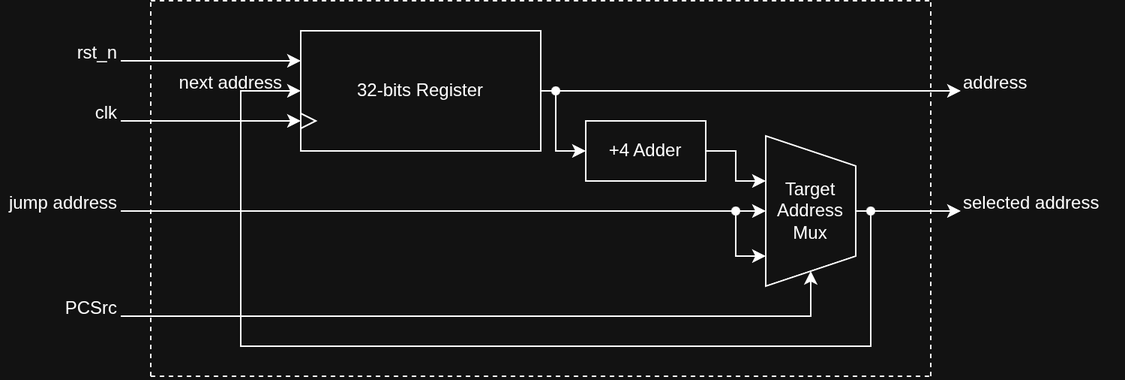
This is docs/imgs/microarchitecture/components/microarchitecture-PC.drawio.png from WachirawichN/C0-CPU, a draw.io export, as it was before one commit. Source tidied: cells renumbered, new cells last; positions are measured from the earlier drawing's top-left corner, leaving out a move shared by most shapes.
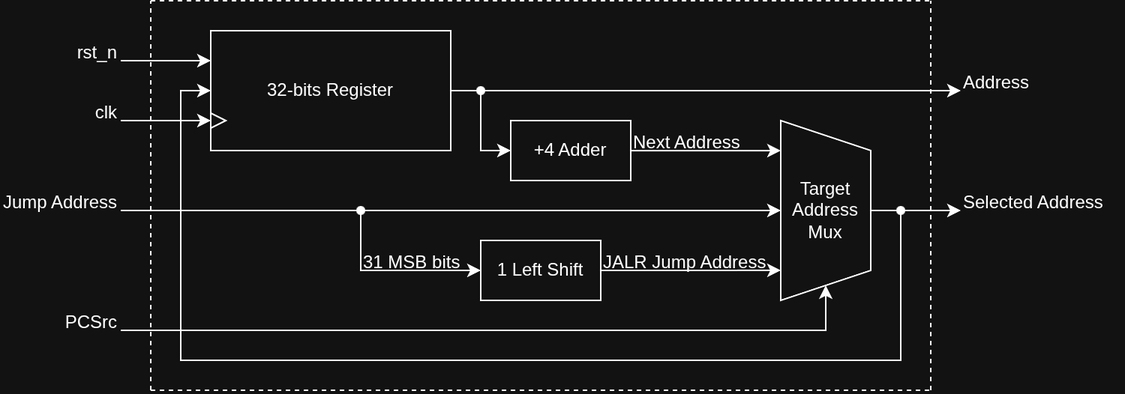
After the commit.

Change to the diagram source:
```diff
@@ -3,36 +3,33 @@
     <mxCell id="0" />
     <mxCell id="1" parent="0" />
     <mxCell id="2" value="&lt;span style=&quot;text-align: left;&quot;&gt;32-bits Register&lt;/span&gt;" style="rounded=0;whiteSpace=wrap;html=1;" parent="1" vertex="1">
-      <mxGeometry x="200" y="20" width="160" height="80" as="geometry" />
+      <mxGeometry x="140" y="20" width="160" height="80" as="geometry" />
     </mxCell>
     <mxCell id="3" value="+4 Adder" style="rounded=0;whiteSpace=wrap;html=1;" parent="1" vertex="1">
-      <mxGeometry x="390" y="80" width="80" height="40" as="geometry" />
+      <mxGeometry x="340" y="80" width="80" height="40" as="geometry" />
     </mxCell>
     <mxCell id="4" value="&lt;span style=&quot;text-align: left;&quot;&gt;Target Address Mux&lt;/span&gt;" style="shape=trapezoid;perimeter=trapezoidPerimeter;whiteSpace=wrap;html=1;shapeInside=1;fixedSize=1;direction=south;" parent="1" vertex="1">
-      <mxGeometry x="510" y="90" width="60" height="100" as="geometry" />
+      <mxGeometry x="520" y="80" width="60" height="120" as="geometry" />
     </mxCell>
-    <mxCell id="5" style="edgeStyle=orthogonalEdgeStyle;rounded=0;jettySize=auto;html=1;entryX=0.3;entryY=1;entryDx=0;entryDy=0;entryPerimeter=0;defaultLabelBackgroundColor=page;" parent="1" edge="1" source="3" target="4">
-      <mxGeometry x="-0.23" relative="1" as="geometry" />
+    <mxCell id="5" style="edgeStyle=orthogonalEdgeStyle;rounded=0;jettySize=auto;html=1;entryX=0.167;entryY=1;entryDx=0;entryDy=0;defaultLabelBackgroundColor=page;entryPerimeter=0;" parent="1" edge="1" source="3" target="4">
+      <mxGeometry relative="1" as="geometry" />
     </mxCell>
     <mxCell id="6" style="endArrow=classic;html=1;rounded=0;defaultLabelBackgroundColor=page;entryX=0;entryY=0.5;entryDx=0;entryDy=0;exitX=0.5;exitY=0;exitDx=0;exitDy=0;" parent="1" edge="1" source="4" target="2">
-      <mxGeometry x="-0.13" relative="1" as="geometry">
+      <mxGeometry x="-0.17" relative="1" as="geometry">
         <Array as="points">
-          <mxPoint x="580" y="140" />
-          <mxPoint x="580" y="230" />
-          <mxPoint x="160" y="230" />
-          <mxPoint x="160" y="60" />
+          <mxPoint x="600" y="140" />
+          <mxPoint x="600" y="240" />
+          <mxPoint x="120" y="240" />
+          <mxPoint x="120" y="60" />
         </Array>
       </mxGeometry>
     </mxCell>
     <mxCell id="7" style="triangle;whiteSpace=wrap;html=1;shapeInside=1;" parent="1" vertex="1">
-      <mxGeometry x="200" y="75" width="10" height="10" as="geometry" />
+      <mxGeometry x="140" y="75" width="10" height="10" as="geometry" />
     </mxCell>
     <mxCell id="8" value="rst_n" style="text;html=1;whiteSpace=wrap;strokeColor=none;fillColor=none;align=right;verticalAlign=middle;rounded=0;" parent="1" vertex="1">
       <mxGeometry x="40" y="30" width="40" height="10" as="geometry" />
     </mxCell>
-    <mxCell id="9" value="next address" style="text;html=1;whiteSpace=wrap;strokeColor=none;fillColor=none;align=right;verticalAlign=middle;rounded=0;" parent="1" vertex="1">
-      <mxGeometry x="110" y="50" width="80" height="10" as="geometry" />
-    </mxCell>
     <mxCell id="10" value="clk" style="text;html=1;whiteSpace=wrap;strokeColor=none;fillColor=none;align=right;verticalAlign=middle;rounded=0;" parent="1" vertex="1">
       <mxGeometry x="60" y="70" width="20" height="10" as="geometry" />
     </mxCell>
@@ -46,62 +43,52 @@
       <mxGeometry relative="1" as="geometry" />
     </mxCell>
     <mxCell id="14" style="shape=waypoint;sketch=0;fillStyle=solid;size=6;points=[];fillColor=none;perimeter=centerPerimeter;snapToPoint=1;" parent="1" vertex="1">
-      <mxGeometry x="360" y="50" width="20" height="20" as="geometry" />
+      <mxGeometry x="310" y="50" width="20" height="20" as="geometry" />
     </mxCell>
     <mxCell id="15" style="endArrow=classic;html=1;rounded=0;defaultLabelBackgroundColor=page;entryX=0;entryY=0.5;entryDx=0;entryDy=0;" parent="1" edge="1" source="14" target="3">
       <mxGeometry relative="1" as="geometry">
         <Array as="points">
-          <mxPoint x="370" y="100" />
+          <mxPoint x="320" y="100" />
         </Array>
       </mxGeometry>
     </mxCell>
     <mxCell id="16" style="endArrow=classic;html=1;rounded=0;defaultLabelBackgroundColor=page;entryX=0.5;entryY=1;entryDx=0;entryDy=0;exitX=1;exitY=1;exitDx=0;exitDy=0;" parent="1" edge="1" source="21" target="4">
       <mxGeometry relative="1" as="geometry" />
     </mxCell>
-    <mxCell id="17" style="endArrow=classic;html=1;rounded=0;defaultLabelBackgroundColor=page;exitX=0.357;exitY=0.594;exitDx=0;exitDy=0;exitPerimeter=0;entryX=0.8;entryY=1;entryDx=0;entryDy=0;entryPerimeter=0;" parent="1" edge="1" source="18" target="4">
-      <mxGeometry relative="1" as="geometry">
-        <Array as="points">
-          <mxPoint x="490" y="170" />
-        </Array>
-      </mxGeometry>
-    </mxCell>
-    <mxCell id="18" style="shape=waypoint;sketch=0;fillStyle=solid;size=6;points=[];fillColor=none;perimeter=centerPerimeter;snapToPoint=1;" parent="1" vertex="1">
-      <mxGeometry x="480" y="130" width="20" height="20" as="geometry" />
-    </mxCell>
     <mxCell id="19" style="shape=waypoint;sketch=0;fillStyle=solid;size=6;points=[];fillColor=none;perimeter=centerPerimeter;snapToPoint=1;" parent="1" vertex="1">
-      <mxGeometry x="570" y="130" width="20" height="20" as="geometry" />
+      <mxGeometry x="590" y="130" width="20" height="20" as="geometry" />
     </mxCell>
     <mxCell id="20" style="endArrow=classic;html=1;rounded=0;defaultLabelBackgroundColor=page;exitX=0.517;exitY=0.688;exitDx=0;exitDy=0;exitPerimeter=0;entryX=0;entryY=1;entryDx=0;entryDy=0;" parent="1" edge="1" source="19" target="23">
       <mxGeometry relative="1" as="geometry" />
     </mxCell>
-    <mxCell id="21" value="jump address" style="text;html=1;whiteSpace=wrap;strokeColor=none;fillColor=none;align=right;verticalAlign=middle;rounded=0;" parent="1" vertex="1">
+    <mxCell id="21" value="Jump Address" style="text;html=1;whiteSpace=wrap;strokeColor=none;fillColor=none;align=right;verticalAlign=middle;rounded=0;" parent="1" vertex="1">
       <mxGeometry y="130" width="80" height="10" as="geometry" />
     </mxCell>
-    <mxCell id="22" value="address" style="text;html=1;whiteSpace=wrap;strokeColor=none;fillColor=none;align=left;verticalAlign=middle;rounded=0;" parent="1" vertex="1">
+    <mxCell id="22" value="Address" style="text;html=1;whiteSpace=wrap;strokeColor=none;fillColor=none;align=left;verticalAlign=middle;rounded=0;" parent="1" vertex="1">
       <mxGeometry x="640" y="50" width="80" height="10" as="geometry" />
     </mxCell>
-    <mxCell id="23" value="selected address" style="text;html=1;whiteSpace=wrap;strokeColor=none;fillColor=none;align=left;verticalAlign=middle;rounded=0;" parent="1" vertex="1">
+    <mxCell id="23" value="Selected Address" style="text;html=1;whiteSpace=wrap;strokeColor=none;fillColor=none;align=left;verticalAlign=middle;rounded=0;" parent="1" vertex="1">
       <mxGeometry x="640" y="130" width="110" height="10" as="geometry" />
     </mxCell>
     <mxCell id="24" style="endArrow=classic;html=1;rounded=0;defaultLabelBackgroundColor=page;entryX=1;entryY=0.5;entryDx=0;entryDy=0;exitX=1;exitY=1;exitDx=0;exitDy=0;" parent="1" edge="1" source="25" target="4">
-      <mxGeometry x="0.37" relative="1" as="geometry">
+      <mxGeometry x="0.34" relative="1" as="geometry">
         <Array as="points">
-          <mxPoint x="540" y="210" />
+          <mxPoint x="550" y="220" />
         </Array>
       </mxGeometry>
     </mxCell>
     <mxCell id="25" value="PCSrc" style="text;html=1;whiteSpace=wrap;strokeColor=none;fillColor=none;align=right;verticalAlign=middle;rounded=0;" parent="1" vertex="1">
-      <mxGeometry y="200" width="80" height="10" as="geometry" />
+      <mxGeometry y="210" width="80" height="10" as="geometry" />
     </mxCell>
     <mxCell id="26" style="endArrow=none;dashed=1;html=1;rounded=0;defaultLabelBackgroundColor=page;" parent="1" edge="1">
       <mxGeometry relative="1" as="geometry">
-        <mxPoint x="100" y="250" as="sourcePoint" />
+        <mxPoint x="100" y="260" as="sourcePoint" />
         <mxPoint x="100" as="targetPoint" />
       </mxGeometry>
     </mxCell>
     <mxCell id="27" style="endArrow=none;dashed=1;html=1;rounded=0;defaultLabelBackgroundColor=page;" parent="1" edge="1">
       <mxGeometry relative="1" as="geometry">
-        <mxPoint x="620" y="250" as="sourcePoint" />
+        <mxPoint x="620" y="260" as="sourcePoint" />
         <mxPoint x="620" as="targetPoint" />
       </mxGeometry>
     </mxCell>
@@ -113,9 +100,34 @@
     </mxCell>
     <mxCell id="29" style="endArrow=none;dashed=1;html=1;rounded=0;defaultLabelBackgroundColor=page;" parent="1" edge="1">
       <mxGeometry relative="1" as="geometry">
-        <mxPoint x="100" y="250" as="sourcePoint" />
-        <mxPoint x="620" y="250" as="targetPoint" />
+        <mxPoint x="100" y="260" as="sourcePoint" />
+        <mxPoint x="620" y="260" as="targetPoint" />
       </mxGeometry>
     </mxCell>
+    <mxCell id="30" value="1 Left Shift" style="rounded=0;whiteSpace=wrap;html=1;" parent="1" vertex="1">
+      <mxGeometry x="320" y="160" width="80" height="40" as="geometry" />
+    </mxCell>
+    <mxCell id="31" style="shape=waypoint;sketch=0;fillStyle=solid;size=6;points=[];fillColor=none;perimeter=centerPerimeter;snapToPoint=1;" parent="1" vertex="1">
+      <mxGeometry x="230" y="130" width="20" height="20" as="geometry" />
+    </mxCell>
+    <mxCell id="32" value="JALR Jump Address" style="text;html=1;whiteSpace=wrap;strokeColor=none;fillColor=none;align=left;verticalAlign=middle;rounded=0;" parent="1" vertex="1">
+      <mxGeometry x="400" y="170" width="120" height="10" as="geometry" />
+    </mxCell>
+    <mxCell id="33" style="endArrow=classic;html=1;rounded=0;defaultLabelBackgroundColor=page;entryX=0;entryY=0.5;entryDx=0;entryDy=0;" parent="1" edge="1" source="31" target="30">
+      <mxGeometry relative="1" as="geometry">
+        <Array as="points">
+          <mxPoint x="240" y="180" />
+        </Array>
+      </mxGeometry>
+    </mxCell>
+    <mxCell id="34" value="Next Address" style="text;html=1;whiteSpace=wrap;strokeColor=none;fillColor=none;align=left;verticalAlign=middle;rounded=0;" parent="1" vertex="1">
+      <mxGeometry x="420" y="90" width="120" height="10" as="geometry" />
+    </mxCell>
+    <mxCell id="35" style="endArrow=classic;html=1;rounded=0;defaultLabelBackgroundColor=page;exitX=1;exitY=0.5;exitDx=0;exitDy=0;entryX=0.833;entryY=1;entryDx=0;entryDy=0;entryPerimeter=0;" parent="1" edge="1" source="30" target="4">
+      <mxGeometry relative="1" as="geometry" />
+    </mxCell>
+    <mxCell id="36" value="31 MSB bits" style="text;html=1;whiteSpace=wrap;strokeColor=none;fillColor=none;align=left;verticalAlign=middle;rounded=0;" parent="1" vertex="1">
+      <mxGeometry x="240" y="170" width="80" height="10" as="geometry" />
+    </mxCell>
   </root>
 </mxGraphModel>
```
